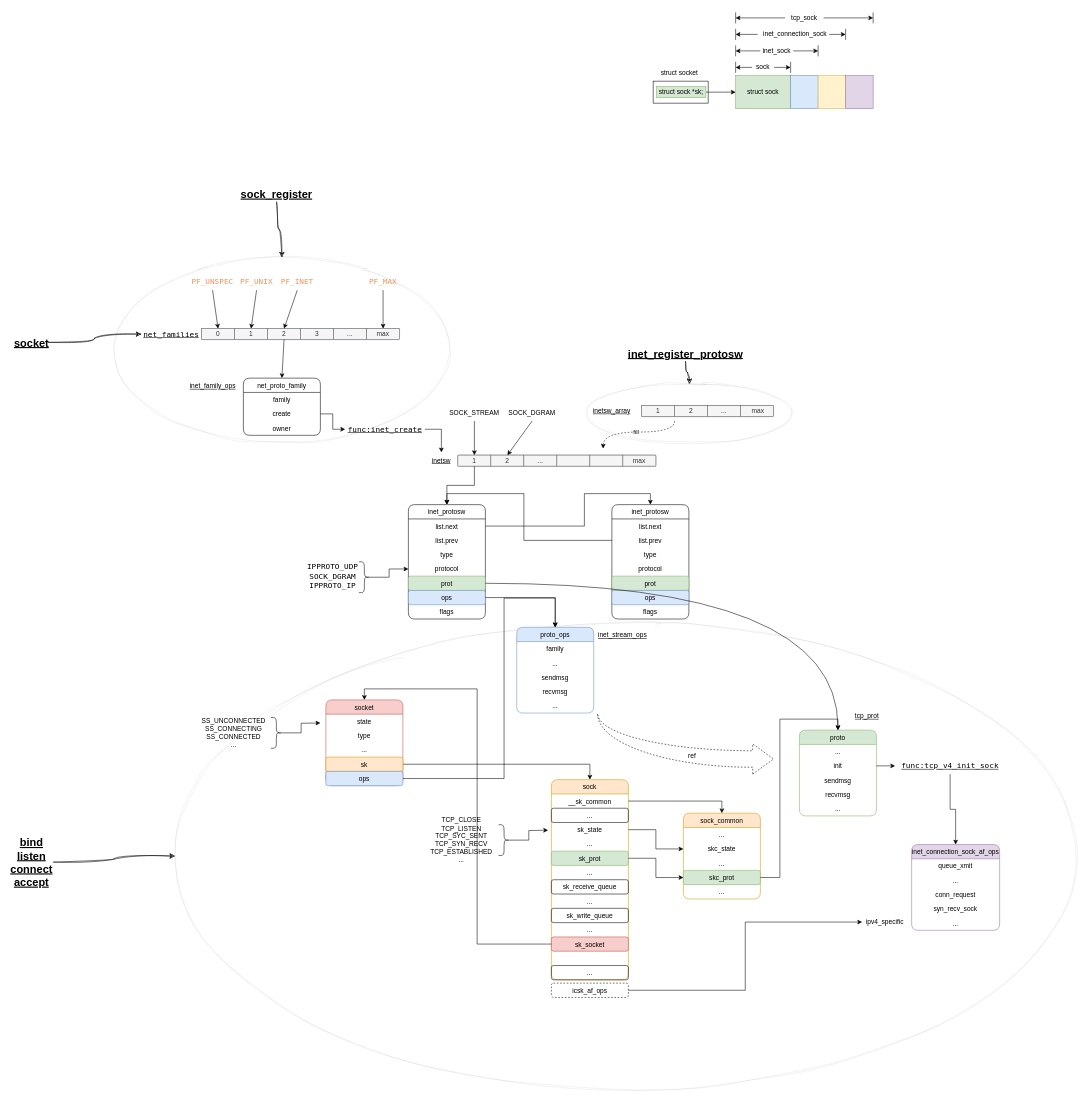
Earlier version of the draw.io diagram page "socket" (2 of 10) of kernel.drawio (adinxu/draw.io). Source tidied: cells renumbered, new cells numbered last; positions are measured from the earlier drawing's top-left corner, leaving out a move shared by most shapes. Both pictures are drawn from the tidied source at 55%, with x=0, y=0 at pixel (9, 9).
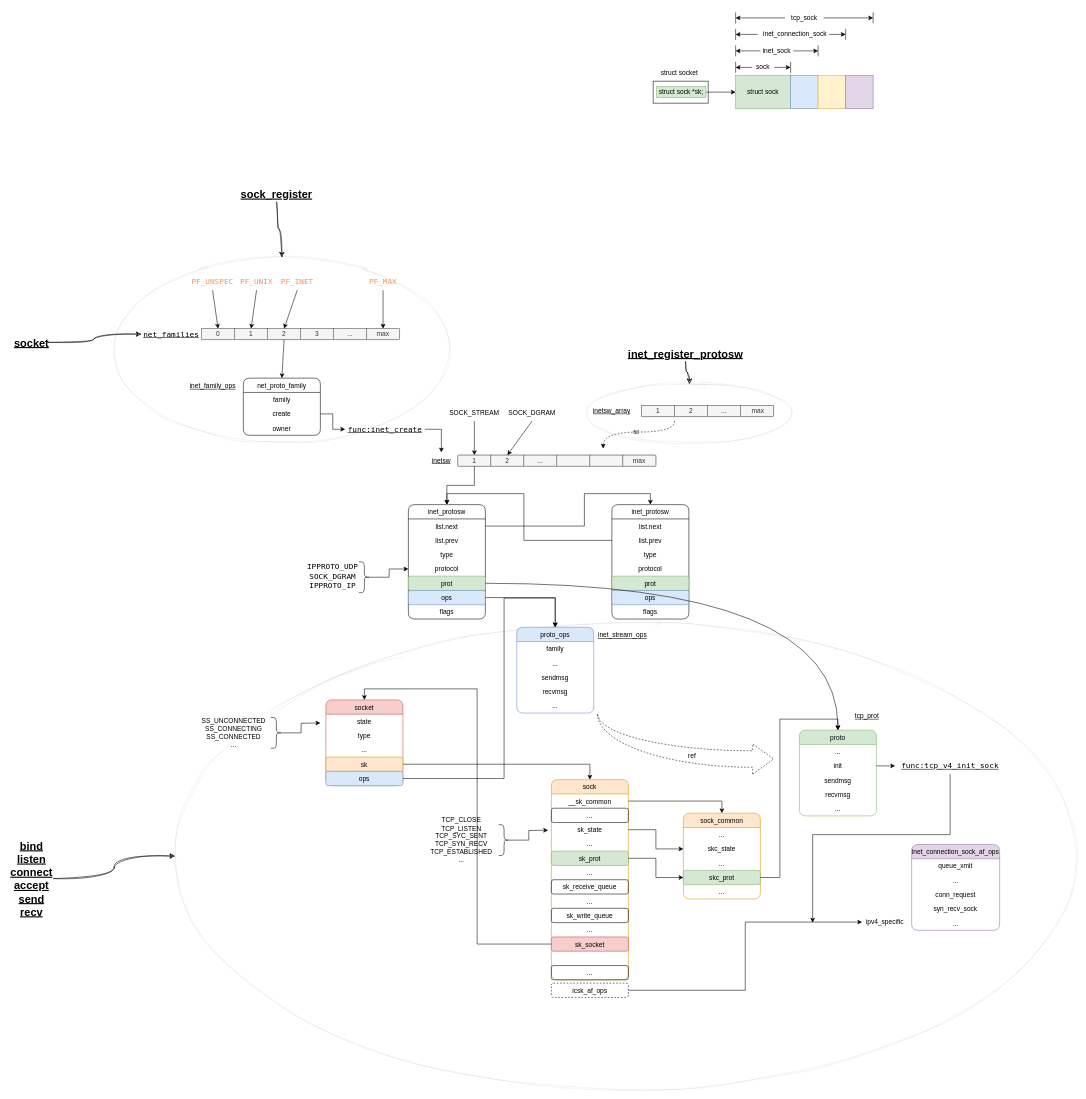
After the change.

The change refers to these unchanged cells:
```xml
<mxCell id="169" value="inet_connection_sock_af_ops" style="swimlane;fontStyle=0;horizontal=1;startSize=26;fillColor=#e1d5e7;rounded=1;shadow=0;glass=0;labelBackgroundColor=none;sketch=0;fontFamily=Helvetica;fontSize=12;strokeColor=#9673a6;" parent="1" vertex="1">
  <mxGeometry x="1640" y="1518" width="160" height="156" as="geometry" />
</mxCell>
<mxCell id="179" value="&lt;span style=&quot;font-style: normal; font-variant-caps: normal; font-weight: 400; letter-spacing: normal; text-align: start; text-indent: 0px; text-transform: none; word-spacing: 0px; -webkit-text-stroke-width: 0px; caret-color: rgb(204, 204, 204); font-family: &amp;quot;Source Code Pro&amp;quot;, &amp;quot;DejaVu Sans Mono&amp;quot;, &amp;quot;Ubuntu Mono&amp;quot;, &amp;quot;Anonymous Pro&amp;quot;, &amp;quot;Droid Sans Mono&amp;quot;, Menlo, Monaco, Consolas, Inconsolata, Courier, monospace, &amp;quot;PingFang SC&amp;quot;, &amp;quot;Microsoft YaHei&amp;quot;, sans-serif; font-size: 14px; float: none; display: inline !important;&quot;&gt;func:tcp_v4_init_sock&lt;/span&gt;" style="text;html=1;strokeColor=none;fillColor=none;align=center;verticalAlign=middle;whiteSpace=wrap;rounded=0;labelBackgroundColor=none;fontColor=default;fontStyle=4;" parent="1" vertex="1">
  <mxGeometry x="1610" y="1360" width="200" height="30" as="geometry" />
</mxCell>
```

Diff of the diagram source:
```diff
@@
-    <mxCell id="166" value="bind&lt;div style=&quot;font-size: 20px;&quot;&gt;listen&lt;/div&gt;&lt;div style=&quot;font-size: 20px;&quot;&gt;connect&lt;/div&gt;&lt;div style=&quot;font-size: 20px;&quot;&gt;accept&lt;/div&gt;" style="text;html=1;align=center;verticalAlign=middle;whiteSpace=wrap;rounded=0;fontStyle=5;fontSize=20;" parent="1" vertex="1">
-      <mxGeometry y="1500" width="80" height="100" as="geometry" />
+    <mxCell id="166" value="bind&lt;div style=&quot;font-size: 20px;&quot;&gt;listen&lt;/div&gt;&lt;div style=&quot;font-size: 20px;&quot;&gt;connect&lt;/div&gt;&lt;div style=&quot;font-size: 20px;&quot;&gt;accept&lt;/div&gt;&lt;div style=&quot;font-size: 20px;&quot;&gt;send&lt;/div&gt;&lt;div style=&quot;font-size: 20px;&quot;&gt;recv&lt;/div&gt;" style="text;html=1;align=center;verticalAlign=middle;whiteSpace=wrap;rounded=0;fontStyle=5;fontSize=20;" parent="1" vertex="1">
+      <mxGeometry y="1500" width="80" height="160" as="geometry" />
     </mxCell>
@@
-    <mxCell id="178" style="edgeStyle=orthogonalEdgeStyle;rounded=0;jettySize=auto;html=1;exitX=0.5;exitY=1;exitDx=0;exitDy=0;entryX=0.5;entryY=0;entryDx=0;entryDy=0;" parent="1" edge="1" source="179" target="169">
-      <mxGeometry relative="1" as="geometry" />
+    <mxCell id="178" style="edgeStyle=orthogonalEdgeStyle;rounded=0;jettySize=auto;html=1;exitX=0.5;exitY=1;exitDx=0;exitDy=0;" parent="1" edge="1" source="179">
+      <mxGeometry relative="1" as="geometry">
+        <mxPoint x="1460" y="1660" as="targetPoint" />
+        <Array as="points">
+          <mxPoint x="1710" y="1500" />
+          <mxPoint x="1460" y="1500" />
+        </Array>
+      </mxGeometry>
     </mxCell>
```
